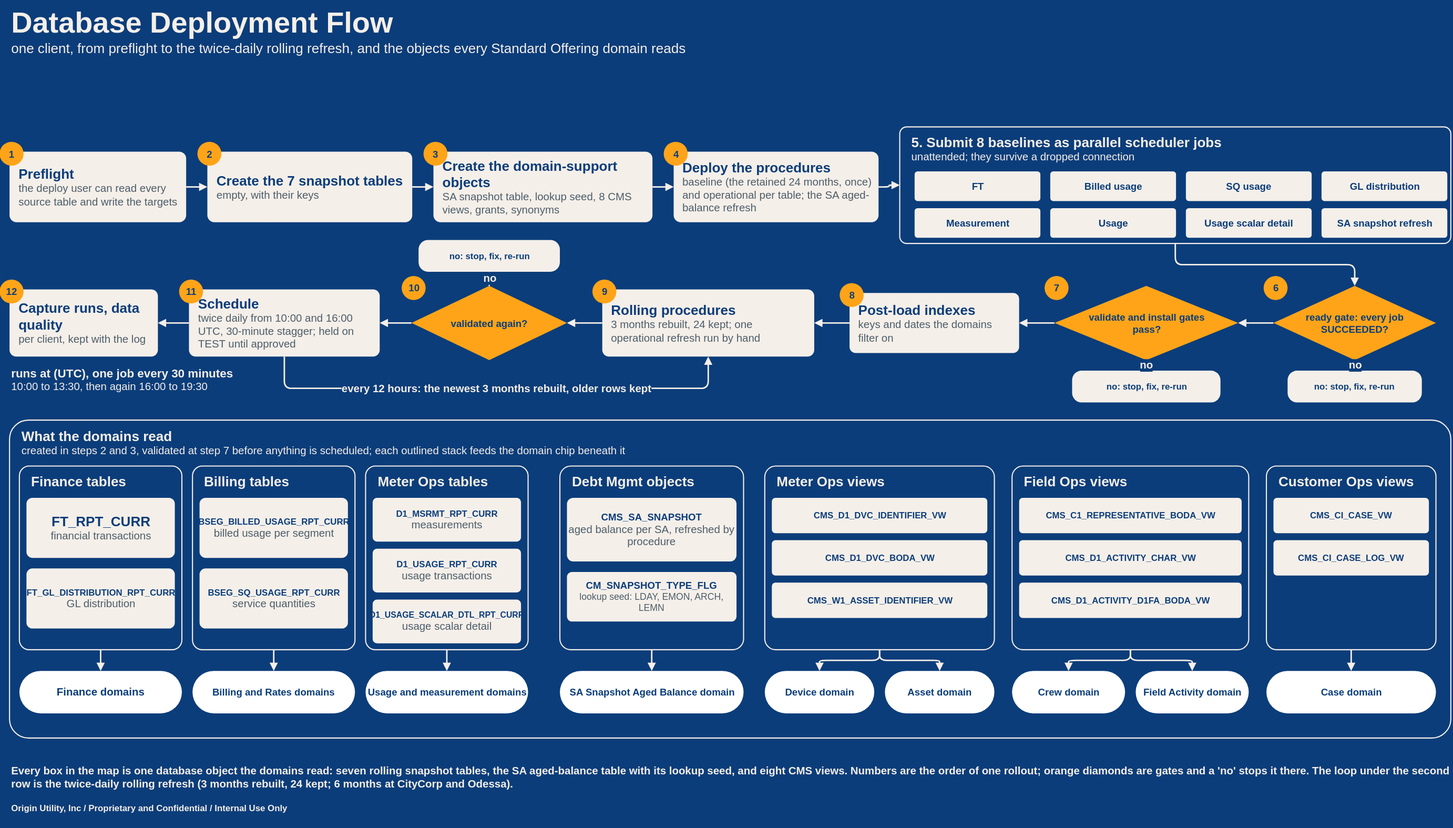
This is jaspersoft/docs/deployment_deck/visuals/database_deployment_flow.drawio.svg from chasepowers59/OriginBA, a draw.io export, as it was before one commit. Source tidied: cells renumbered, new cells last; positions are measured from the earlier drawing's top-left corner, leaving out a move shared by most shapes.
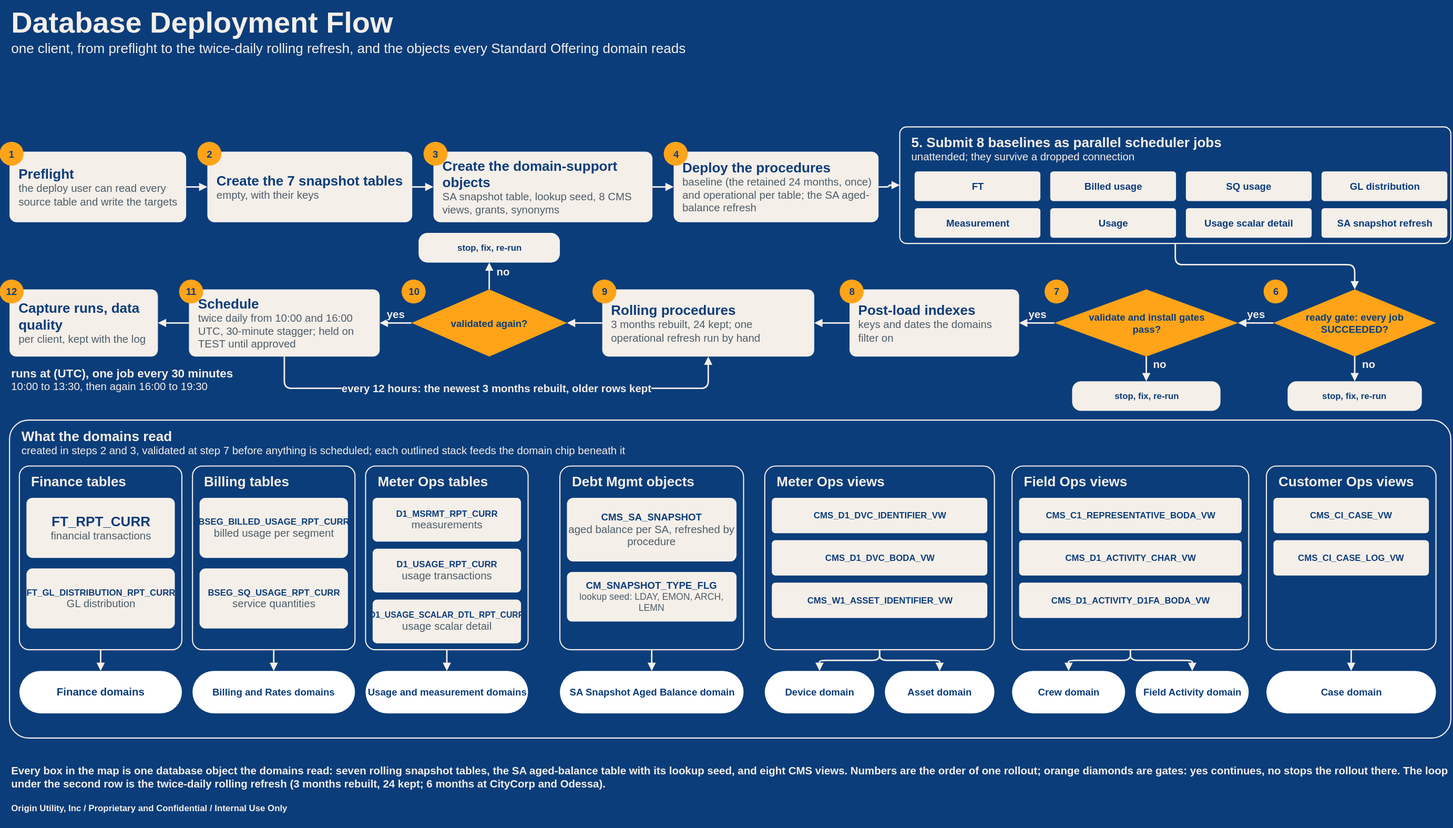
Later version of the same file.

What changed in the source:
```diff
@@ -203,28 +203,28 @@
       <mxGeometry x="902.7" y="192.6" width="32.6" height="32.6" as="geometry" />
     </mxCell>
     <mxCell id="62" value="ready gate: every job SUCCEEDED?" style="html=1;whiteSpace=wrap;fontFamily=Arial;rhombus;fillColor=#FFA418;strokeColor=none;fontColor=#0B3D7A;fontStyle=1;fontSize=13.3;spacingLeft=35;spacingRight=35;" parent="1" vertex="1">
-      <mxGeometry x="1731.2" y="388.4" width="220.8" height="100.8" as="geometry" />
+      <mxGeometry x="1731.2" y="393.2" width="220.8" height="91.2" as="geometry" />
     </mxCell>
     <mxCell id="63" value="6" style="html=1;whiteSpace=wrap;fontFamily=Arial;ellipse;fillColor=#FFA418;strokeColor=none;fontColor=#0B3D7A;fontStyle=1;fontSize=13.3;spacing=0;" parent="1" vertex="1">
-      <mxGeometry x="1717.8" y="375" width="32.6" height="32.6" as="geometry" />
+      <mxGeometry x="1717.8" y="379.8" width="32.6" height="32.6" as="geometry" />
     </mxCell>
-    <mxCell id="64" value="no: stop, fix, re-run" style="html=1;whiteSpace=wrap;fontFamily=Arial;rounded=1;arcSize=30;fillColor=#F5EFE9;strokeColor=none;fontColor=#0B3D7A;fontStyle=1;fontSize=12;" parent="1" vertex="1">
-      <mxGeometry x="1750.4" y="503.6" width="182.4" height="43.2" as="geometry" />
+    <mxCell id="64" value="stop, fix, re-run" style="html=1;whiteSpace=wrap;fontFamily=Arial;rounded=1;arcSize=30;fillColor=#F5EFE9;strokeColor=none;fontColor=#0B3D7A;fontStyle=1;fontSize=12;" parent="1" vertex="1">
+      <mxGeometry x="1750.4" y="518" width="182.4" height="40.3" as="geometry" />
     </mxCell>
     <mxCell id="65" value="validate and install gates pass?" style="html=1;whiteSpace=wrap;fontFamily=Arial;rhombus;fillColor=#FFA418;strokeColor=none;fontColor=#0B3D7A;fontStyle=1;fontSize=13.3;spacingLeft=39;spacingRight=39;" parent="1" vertex="1">
-      <mxGeometry x="1433.6" y="388.4" width="249.6" height="100.8" as="geometry" />
+      <mxGeometry x="1433.6" y="393.2" width="249.6" height="91.2" as="geometry" />
     </mxCell>
     <mxCell id="66" value="7" style="html=1;whiteSpace=wrap;fontFamily=Arial;ellipse;fillColor=#FFA418;strokeColor=none;fontColor=#0B3D7A;fontStyle=1;fontSize=13.3;spacing=0;" parent="1" vertex="1">
-      <mxGeometry x="1420.2" y="375" width="32.6" height="32.6" as="geometry" />
+      <mxGeometry x="1420.2" y="379.8" width="32.6" height="32.6" as="geometry" />
     </mxCell>
-    <mxCell id="67" value="no: stop, fix, re-run" style="html=1;whiteSpace=wrap;fontFamily=Arial;rounded=1;arcSize=30;fillColor=#F5EFE9;strokeColor=none;fontColor=#0B3D7A;fontStyle=1;fontSize=12;" parent="1" vertex="1">
-      <mxGeometry x="1457.6" y="503.6" width="201.6" height="43.2" as="geometry" />
+    <mxCell id="67" value="stop, fix, re-run" style="html=1;whiteSpace=wrap;fontFamily=Arial;rounded=1;arcSize=30;fillColor=#F5EFE9;strokeColor=none;fontColor=#0B3D7A;fontStyle=1;fontSize=12;" parent="1" vertex="1">
+      <mxGeometry x="1457.6" y="518" width="201.6" height="40.3" as="geometry" />
     </mxCell>
     <mxCell id="68" value="&lt;b&gt;&lt;font style=&quot;font-size:18.6px&quot; color=&quot;#0B3D7A&quot;&gt;Post-load indexes&lt;/font&gt;&lt;/b&gt;&lt;br&gt;&lt;font style=&quot;font-size:14.6px&quot; color=&quot;#4C5D69&quot;&gt;keys and dates the domains filter on&lt;/font&gt;" style="html=1;whiteSpace=wrap;fontFamily=Arial;rounded=1;arcSize=10;fillColor=#F5EFE9;strokeColor=none;align=left;verticalAlign=middle;spacingLeft=10;spacingRight=8;" parent="1" vertex="1">
-      <mxGeometry x="1155.2" y="398" width="230.4" height="81.6" as="geometry" />
+      <mxGeometry x="1155.2" y="393.2" width="230.4" height="91.2" as="geometry" />
     </mxCell>
     <mxCell id="69" value="8" style="html=1;whiteSpace=wrap;fontFamily=Arial;ellipse;fillColor=#FFA418;strokeColor=none;fontColor=#0B3D7A;fontStyle=1;fontSize=13.3;spacing=0;" parent="1" vertex="1">
-      <mxGeometry x="1141.8" y="384.6" width="32.6" height="32.6" as="geometry" />
+      <mxGeometry x="1141.8" y="379.8" width="32.6" height="32.6" as="geometry" />
     </mxCell>
     <mxCell id="70" value="&lt;b&gt;&lt;font style=&quot;font-size:18.6px&quot; color=&quot;#0B3D7A&quot;&gt;Rolling procedures&lt;/font&gt;&lt;/b&gt;&lt;br&gt;&lt;font style=&quot;font-size:14.6px&quot; color=&quot;#4C5D69&quot;&gt;3 months rebuilt, 24 kept; one operational refresh run by hand&lt;/font&gt;" style="html=1;whiteSpace=wrap;fontFamily=Arial;rounded=1;arcSize=10;fillColor=#F5EFE9;strokeColor=none;align=left;verticalAlign=middle;spacingLeft=10;spacingRight=8;" parent="1" vertex="1">
       <mxGeometry x="819.2" y="393.2" width="288" height="91.2" as="geometry" />
@@ -233,13 +233,13 @@
       <mxGeometry x="805.8" y="379.8" width="32.6" height="32.6" as="geometry" />
     </mxCell>
     <mxCell id="72" value="validated again?" style="html=1;whiteSpace=wrap;fontFamily=Arial;rhombus;fillColor=#FFA418;strokeColor=none;fontColor=#0B3D7A;fontStyle=1;fontSize=13.3;spacingLeft=33;spacingRight=33;" parent="1" vertex="1">
-      <mxGeometry x="560" y="388.4" width="211.2" height="100.8" as="geometry" />
+      <mxGeometry x="560" y="393.2" width="211.2" height="91.2" as="geometry" />
     </mxCell>
     <mxCell id="73" value="10" style="html=1;whiteSpace=wrap;fontFamily=Arial;ellipse;fillColor=#FFA418;strokeColor=none;fontColor=#0B3D7A;fontStyle=1;fontSize=13.3;spacing=0;" parent="1" vertex="1">
-      <mxGeometry x="546.6" y="375" width="32.6" height="32.6" as="geometry" />
+      <mxGeometry x="546.6" y="379.8" width="32.6" height="32.6" as="geometry" />
     </mxCell>
-    <mxCell id="74" value="no: stop, fix, re-run" style="html=1;whiteSpace=wrap;fontFamily=Arial;rounded=1;arcSize=30;fillColor=#F5EFE9;strokeColor=none;fontColor=#0B3D7A;fontStyle=1;fontSize=12;" parent="1" vertex="1">
-      <mxGeometry x="569.6" y="326" width="192" height="43.2" as="geometry" />
+    <mxCell id="74" value="stop, fix, re-run" style="html=1;whiteSpace=wrap;fontFamily=Arial;rounded=1;arcSize=30;fillColor=#F5EFE9;strokeColor=none;fontColor=#0B3D7A;fontStyle=1;fontSize=12;" parent="1" vertex="1">
+      <mxGeometry x="569.6" y="316.4" width="192" height="40.3" as="geometry" />
     </mxCell>
     <mxCell id="75" value="&lt;b&gt;&lt;font style=&quot;font-size:18.6px&quot; color=&quot;#0B3D7A&quot;&gt;Schedule&lt;/font&gt;&lt;/b&gt;&lt;br&gt;&lt;font style=&quot;font-size:14.6px&quot; color=&quot;#4C5D69&quot;&gt;twice daily from 10:00 and 16:00 UTC, 30-minute stagger; held on TEST until approved&lt;/font&gt;" style="html=1;whiteSpace=wrap;fontFamily=Arial;rounded=1;arcSize=10;fillColor=#F5EFE9;strokeColor=none;align=left;verticalAlign=middle;spacingLeft=10;spacingRight=8;" parent="1" vertex="1">
       <mxGeometry x="257.6" y="393.2" width="259.2" height="91.2" as="geometry" />
@@ -277,16 +277,24 @@
       </mxGeometry>
     </mxCell>
     <mxCell id="85" value="no" style="html=1;whiteSpace=nowrap;fontFamily=Arial;edgeStyle=orthogonalEdgeStyle;rounded=1;strokeColor=#F5EFE9;strokeWidth=2;endArrow=block;endFill=1;fontColor=#F5EFE9;fontSize=14.6;fontStyle=1;labelBackgroundColor=#0B3D7A;" parent="1" edge="1" source="62" target="64">
-      <mxGeometry relative="1" as="geometry" />
+      <mxGeometry relative="1" as="geometry">
+        <mxPoint x="18" y="-6" as="offset" />
+      </mxGeometry>
     </mxCell>
-    <mxCell id="86" style="html=1;whiteSpace=nowrap;fontFamily=Arial;edgeStyle=orthogonalEdgeStyle;rounded=1;strokeColor=#F5EFE9;strokeWidth=2;endArrow=block;endFill=1;fontColor=#F5EFE9;fontSize=14.6;fontStyle=1;labelBackgroundColor=#0B3D7A;" parent="1" edge="1" source="62" target="65">
-      <mxGeometry relative="1" as="geometry" />
+    <mxCell id="86" value="yes" style="html=1;whiteSpace=nowrap;fontFamily=Arial;edgeStyle=orthogonalEdgeStyle;rounded=1;strokeColor=#F5EFE9;strokeWidth=2;endArrow=block;endFill=1;fontColor=#F5EFE9;fontSize=14.6;fontStyle=1;labelBackgroundColor=#0B3D7A;" parent="1" edge="1" source="62" target="65">
+      <mxGeometry relative="1" as="geometry">
+        <mxPoint y="-12" as="offset" />
+      </mxGeometry>
     </mxCell>
     <mxCell id="87" value="no" style="html=1;whiteSpace=nowrap;fontFamily=Arial;edgeStyle=orthogonalEdgeStyle;rounded=1;strokeColor=#F5EFE9;strokeWidth=2;endArrow=block;endFill=1;fontColor=#F5EFE9;fontSize=14.6;fontStyle=1;labelBackgroundColor=#0B3D7A;" parent="1" edge="1" source="65" target="67">
-      <mxGeometry relative="1" as="geometry" />
+      <mxGeometry relative="1" as="geometry">
+        <mxPoint x="18" y="-6" as="offset" />
+      </mxGeometry>
     </mxCell>
-    <mxCell id="88" style="html=1;whiteSpace=nowrap;fontFamily=Arial;edgeStyle=orthogonalEdgeStyle;rounded=1;strokeColor=#F5EFE9;strokeWidth=2;endArrow=block;endFill=1;fontColor=#F5EFE9;fontSize=14.6;fontStyle=1;labelBackgroundColor=#0B3D7A;" parent="1" edge="1" source="65" target="68">
-      <mxGeometry relative="1" as="geometry" />
+    <mxCell id="88" value="yes" style="html=1;whiteSpace=nowrap;fontFamily=Arial;edgeStyle=orthogonalEdgeStyle;rounded=1;strokeColor=#F5EFE9;strokeWidth=2;endArrow=block;endFill=1;fontColor=#F5EFE9;fontSize=14.6;fontStyle=1;labelBackgroundColor=#0B3D7A;" parent="1" edge="1" source="65" target="68">
+      <mxGeometry relative="1" as="geometry">
+        <mxPoint y="-12" as="offset" />
+      </mxGeometry>
     </mxCell>
     <mxCell id="89" style="html=1;whiteSpace=nowrap;fontFamily=Arial;edgeStyle=orthogonalEdgeStyle;rounded=1;strokeColor=#F5EFE9;strokeWidth=2;endArrow=block;endFill=1;fontColor=#F5EFE9;fontSize=14.6;fontStyle=1;labelBackgroundColor=#0B3D7A;" parent="1" edge="1" source="68" target="70">
       <mxGeometry relative="1" as="geometry" />
@@ -295,10 +303,14 @@
       <mxGeometry relative="1" as="geometry" />
     </mxCell>
     <mxCell id="91" value="no" style="html=1;whiteSpace=nowrap;fontFamily=Arial;edgeStyle=orthogonalEdgeStyle;rounded=1;strokeColor=#F5EFE9;strokeWidth=2;endArrow=block;endFill=1;fontColor=#F5EFE9;fontSize=14.6;fontStyle=1;labelBackgroundColor=#0B3D7A;" parent="1" edge="1" source="72" target="74">
-      <mxGeometry relative="1" as="geometry" />
+      <mxGeometry relative="1" as="geometry">
+        <mxPoint x="18" y="-6" as="offset" />
+      </mxGeometry>
     </mxCell>
-    <mxCell id="92" style="html=1;whiteSpace=nowrap;fontFamily=Arial;edgeStyle=orthogonalEdgeStyle;rounded=1;strokeColor=#F5EFE9;strokeWidth=2;endArrow=block;endFill=1;fontColor=#F5EFE9;fontSize=14.6;fontStyle=1;labelBackgroundColor=#0B3D7A;" parent="1" edge="1" source="72" target="75">
-      <mxGeometry relative="1" as="geometry" />
+    <mxCell id="92" value="yes" style="html=1;whiteSpace=nowrap;fontFamily=Arial;edgeStyle=orthogonalEdgeStyle;rounded=1;strokeColor=#F5EFE9;strokeWidth=2;endArrow=block;endFill=1;fontColor=#F5EFE9;fontSize=14.6;fontStyle=1;labelBackgroundColor=#0B3D7A;" parent="1" edge="1" source="72" target="75">
+      <mxGeometry relative="1" as="geometry">
+        <mxPoint y="-12" as="offset" />
+      </mxGeometry>
     </mxCell>
     <mxCell id="93" style="html=1;whiteSpace=nowrap;fontFamily=Arial;edgeStyle=orthogonalEdgeStyle;rounded=1;strokeColor=#F5EFE9;strokeWidth=2;endArrow=block;endFill=1;fontColor=#F5EFE9;fontSize=14.6;fontStyle=1;labelBackgroundColor=#0B3D7A;" parent="1" edge="1" source="75" target="77">
       <mxGeometry relative="1" as="geometry" />
@@ -314,7 +326,7 @@
     <mxCell id="95" value="&lt;b&gt;&lt;font style=&quot;font-size:39.9px&quot;&gt;Database Deployment Flow&lt;/font&gt;&lt;/b&gt;&lt;br&gt;&lt;font style=&quot;font-size:18.6px&quot;&gt;one client, from preflight to the twice-daily rolling refresh, and the objects every Standard Offering domain reads&lt;/font&gt;" style="html=1;whiteSpace=wrap;fontFamily=Arial;text;fillColor=none;strokeColor=none;align=left;verticalAlign=top;fontColor=#F5EFE9;" parent="1" vertex="1">
       <mxGeometry x="13.8" y="-0.4" width="1958.4" height="124.8" as="geometry" />
     </mxCell>
-    <mxCell id="96" value="&lt;b&gt;&lt;font style=&quot;font-size:14.6px&quot; color=&quot;#F5EFE9&quot;&gt;Every box in the map is one database object the domains read: seven rolling snapshot tables, the SA aged-balance table with its lookup seed, and eight CMS views. Numbers are the order of one rollout; orange diamonds are gates and a 'no' stops it there. The loop under the second row is the twice-daily rolling refresh (3 months rebuilt, 24 kept; 6 months at CityCorp and Odessa).&lt;/font&gt;&lt;/b&gt;" style="html=1;whiteSpace=wrap;fontFamily=Arial;text;fillColor=none;strokeColor=none;align=left;verticalAlign=top;fontColor=#F5EFE9;" parent="1" vertex="1">
+    <mxCell id="96" value="&lt;b&gt;&lt;font style=&quot;font-size:14.6px&quot; color=&quot;#F5EFE9&quot;&gt;Every box in the map is one database object the domains read: seven rolling snapshot tables, the SA aged-balance table with its lookup seed, and eight CMS views. Numbers are the order of one rollout; orange diamonds are gates: yes continues, no stops the rollout there. The loop under the second row is the twice-daily rolling refresh (3 months rebuilt, 24 kept; 6 months at CityCorp and Odessa).&lt;/font&gt;&lt;/b&gt;" style="html=1;whiteSpace=wrap;fontFamily=Arial;text;fillColor=none;strokeColor=none;align=left;verticalAlign=top;fontColor=#F5EFE9;" parent="1" vertex="1">
       <mxGeometry x="13.8" y="1031.6" width="1958.4" height="57.6" as="geometry" />
     </mxCell>
     <mxCell id="97" value="&lt;b&gt;&lt;font style=&quot;font-size:12px&quot; color=&quot;#F5EFE9&quot;&gt;Origin Utility, Inc  /  Proprietary and Confidential  /  Internal Use Only&lt;/font&gt;&lt;/b&gt;" style="html=1;whiteSpace=wrap;fontFamily=Arial;text;fillColor=none;strokeColor=none;align=left;verticalAlign=top;fontColor=#F5EFE9;" parent="1" vertex="1">
```
